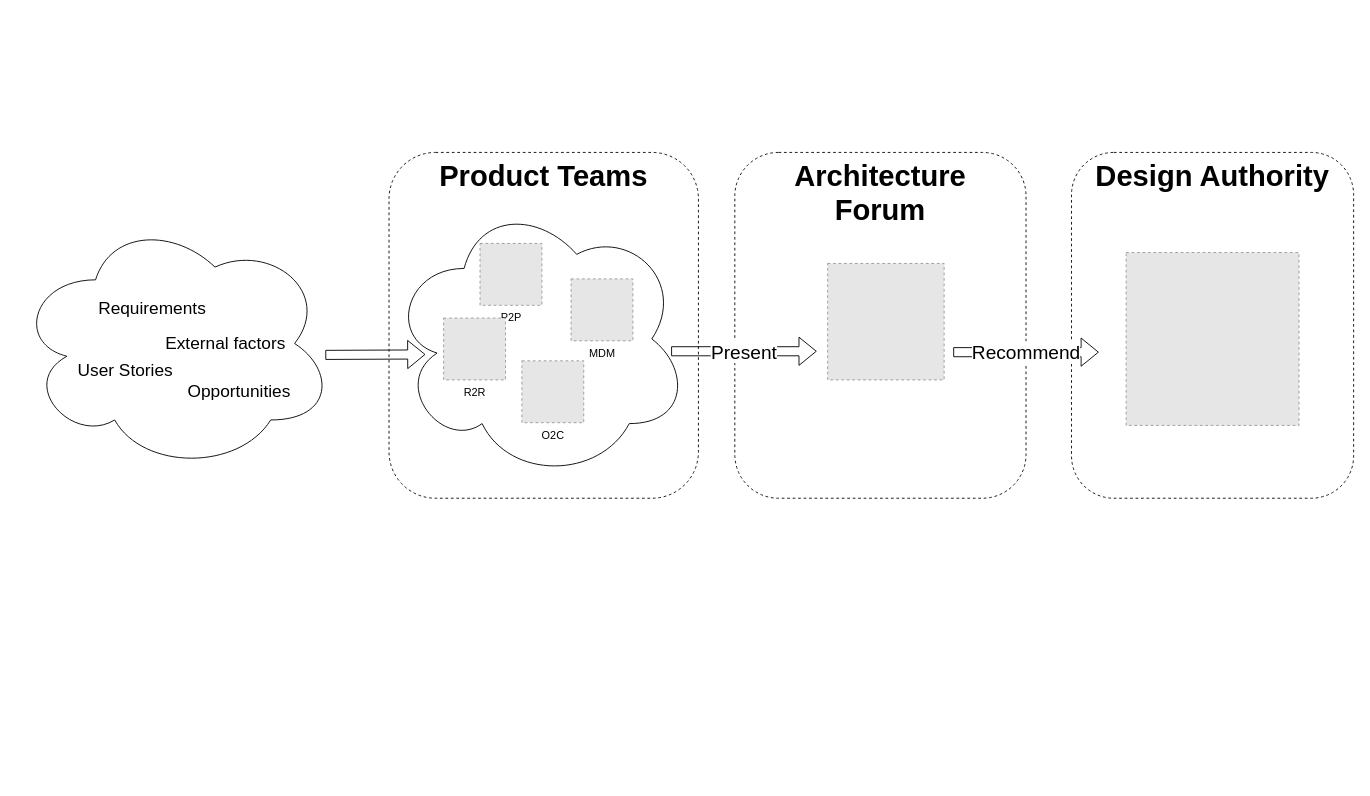
Before: page "Process" (5 of 7) of Architecture Governance.drawio in mrf742002/Diagrams, a draw.io diagram. Source tidied: cells renumbered, new cells numbered last; positions are measured from the earlier drawing's top-left corner, leaving out a move shared by most shapes. Both pictures are drawn from the tidied source at 91%, with x=0, y=0 at pixel (15, 152). Pictures stored in the file or linked from it are replaced by grey dashed boxes.
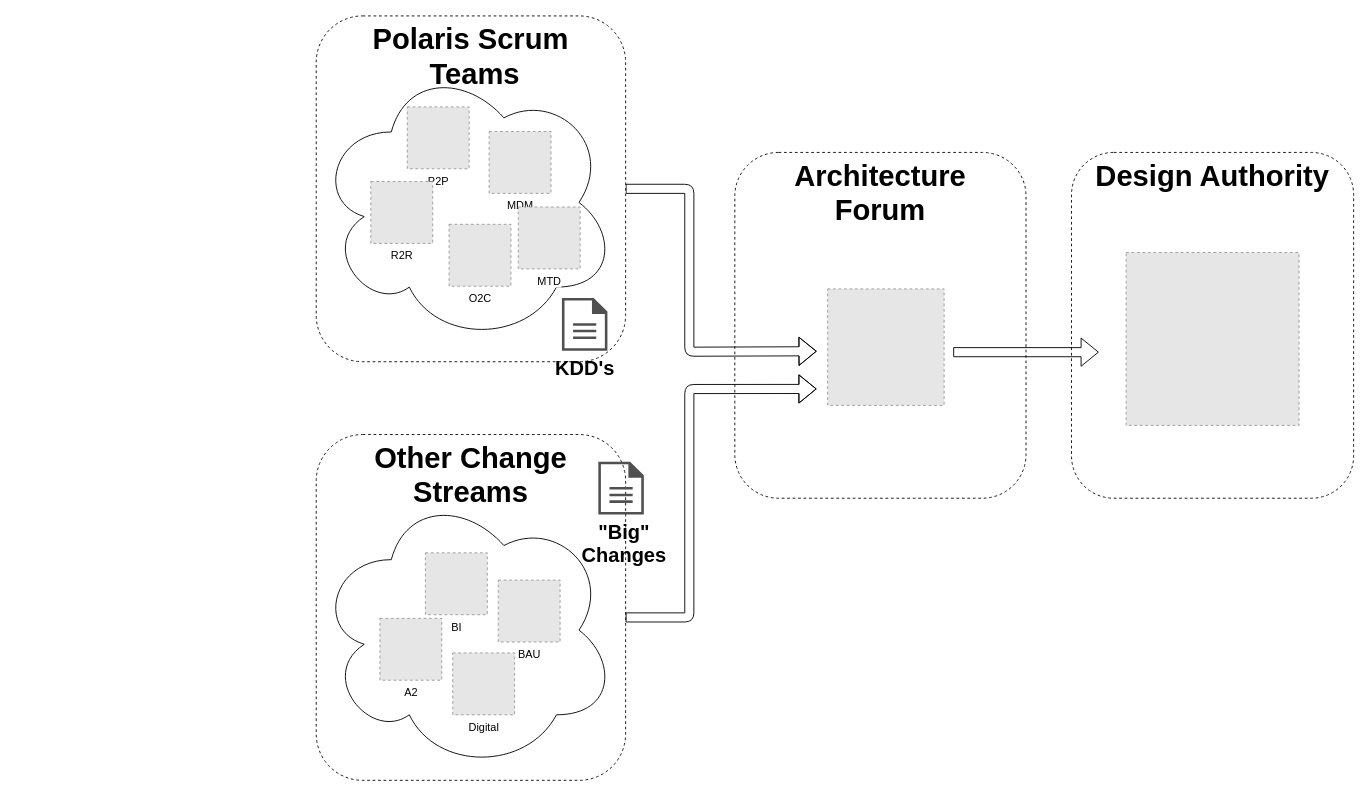
After the change.

What changed in the source:
```diff
@@
+    <mxCell id="5" value="&lt;b&gt;Architecture&lt;br&gt;Forum&lt;br&gt;&lt;/b&gt;" style="rounded=1;whiteSpace=wrap;html=1;verticalAlign=top;strokeWidth=1;strokeColor=#020912;dashed=1;fontSize=32;" parent="1" vertex="1">
+      <mxGeometry x="790" width="320" height="380" as="geometry" />
+    </mxCell>
+    <mxCell id="10" style="fillColor=#E6E6E6;strokeColor=#999999;dashed=1;html=1;verticalAlign=top;verticalLabelPosition=bottom;labelBackgroundColor=#ffffff;" parent="1" vertex="1">
+      <mxGeometry x="892" y="150" width="128" height="128" as="geometry" />
+    </mxCell>
+    <mxCell id="11" style="shape=flexArrow;endArrow=classic;html=1;fontSize=21;exitX=1;exitY=0.5;exitDx=0;exitDy=0;" parent="1" edge="1" source="3">
+      <mxGeometry relative="1" as="geometry">
+        <mxPoint x="880" y="218.5" as="targetPoint" />
+        <Array as="points">
+          <mxPoint x="740" y="40" />
+          <mxPoint x="740" y="219" />
+        </Array>
+      </mxGeometry>
+    </mxCell>
+    <mxCell id="12" style="fillColor=#E6E6E6;strokeColor=#999999;dashed=1;html=1;verticalAlign=top;verticalLabelPosition=bottom;labelBackgroundColor=#ffffff;" parent="1" vertex="1">
+      <mxGeometry x="1220" y="110" width="190" height="190" as="geometry" />
+    </mxCell>
+    <mxCell id="13" style="shape=flexArrow;endArrow=classic;html=1;fontSize=21;" parent="1" edge="1">
+      <mxGeometry relative="1" as="geometry">
+        <mxPoint x="1030" y="219.5" as="sourcePoint" />
+        <mxPoint x="1190" y="219.5" as="targetPoint" />
+      </mxGeometry>
+    </mxCell>
+    <mxCell id="20" value="&lt;b&gt;Other Change Streams&lt;br&gt;&lt;/b&gt;" style="rounded=1;whiteSpace=wrap;html=1;verticalAlign=top;strokeWidth=1;strokeColor=#020912;dashed=1;fontSize=32;" parent="1" vertex="1">
+      <mxGeometry x="330" y="310" width="340" height="380" as="geometry" />
+    </mxCell>
+    <mxCell id="21" style="group;" parent="1" vertex="1">
+      <mxGeometry x="330" y="-150" width="340" height="380" as="geometry" />
+    </mxCell>
-    <mxCell id="3" value="&lt;b&gt;Product Teams&lt;/b&gt;" style="rounded=1;whiteSpace=wrap;html=1;verticalAlign=top;strokeWidth=1;strokeColor=#020912;dashed=1;fontSize=32;" parent="1" vertex="1">
-      <mxGeometry x="410" width="340" height="380" as="geometry" />
+    <mxCell id="3" value="&lt;b&gt;Polaris Scrum&lt;br&gt;&amp;nbsp;Teams&lt;/b&gt;" style="rounded=1;whiteSpace=wrap;html=1;verticalAlign=top;strokeWidth=1;strokeColor=#020912;dashed=1;fontSize=32;" parent="21" vertex="1">
+      <mxGeometry width="340" height="380" as="geometry" />
     </mxCell>
-    <mxCell id="4" style="ellipse;shape=cloud;whiteSpace=wrap;html=1;" parent="1" vertex="1">
-      <mxGeometry y="70" width="350" height="280" as="geometry" />
-    </mxCell>
-    <mxCell id="5" value="&lt;b&gt;Architecture&lt;br&gt;Forum&lt;br&gt;&lt;/b&gt;" style="rounded=1;whiteSpace=wrap;html=1;verticalAlign=top;strokeWidth=1;strokeColor=#020912;dashed=1;fontSize=32;" parent="1" vertex="1">
-      <mxGeometry x="790" width="320" height="380" as="geometry" />
-    </mxCell>
-    <mxCell id="6" style="ellipse;shape=cloud;whiteSpace=wrap;html=1;" parent="1" vertex="1">
-      <mxGeometry x="410" y="50" width="330" height="310" as="geometry" />
+    <mxCell id="6" style="ellipse;shape=cloud;whiteSpace=wrap;html=1;" parent="21" vertex="1">
+      <mxGeometry y="50" width="330" height="310" as="geometry" />
     </mxCell>
-    <mxCell id="7" value="P2P" style="fillColor=#E6E6E6;strokeColor=#999999;dashed=1;html=1;verticalAlign=top;verticalLabelPosition=bottom;labelBackgroundColor=#ffffff;" parent="1" vertex="1">
-      <mxGeometry x="510" y="100" width="68" height="68" as="geometry" />
+    <mxCell id="7" value="P2P" style="fillColor=#E6E6E6;strokeColor=#999999;dashed=1;html=1;verticalAlign=top;verticalLabelPosition=bottom;labelBackgroundColor=#ffffff;" parent="21" vertex="1">
+      <mxGeometry x="100" y="100" width="68" height="68" as="geometry" />
     </mxCell>
-    <mxCell id="8" value="MDM" style="fillColor=#E6E6E6;strokeColor=#999999;dashed=1;html=1;verticalAlign=top;verticalLabelPosition=bottom;labelBackgroundColor=#ffffff;" parent="1" vertex="1">
-      <mxGeometry x="610" y="139" width="68" height="68" as="geometry" />
+    <mxCell id="8" value="MDM" style="fillColor=#E6E6E6;strokeColor=#999999;dashed=1;html=1;verticalAlign=top;verticalLabelPosition=bottom;labelBackgroundColor=#ffffff;" parent="21" vertex="1">
+      <mxGeometry x="190" y="127" width="68" height="68" as="geometry" />
     </mxCell>
-    <mxCell id="9" value="O2C" style="fillColor=#E6E6E6;strokeColor=#999999;dashed=1;html=1;verticalAlign=top;verticalLabelPosition=bottom;labelBackgroundColor=#ffffff;" parent="1" vertex="1">
-      <mxGeometry x="556" y="229" width="68" height="68" as="geometry" />
+    <mxCell id="9" value="O2C" style="fillColor=#E6E6E6;strokeColor=#999999;dashed=1;html=1;verticalAlign=top;verticalLabelPosition=bottom;labelBackgroundColor=#ffffff;" parent="21" vertex="1">
+      <mxGeometry x="146" y="229" width="68" height="68" as="geometry" />
     </mxCell>
-    <mxCell id="10" style="fillColor=#E6E6E6;strokeColor=#999999;dashed=1;html=1;verticalAlign=top;verticalLabelPosition=bottom;labelBackgroundColor=#ffffff;" parent="1" vertex="1">
-      <mxGeometry x="892" y="122" width="128" height="128" as="geometry" />
-    </mxCell>
-    <mxCell id="11" value="Present" style="shape=flexArrow;endArrow=classic;html=1;fontSize=21;" parent="1" edge="1">
-      <mxGeometry relative="1" as="geometry">
-        <mxPoint x="720" y="218.5" as="sourcePoint" />
-        <mxPoint x="880" y="218.5" as="targetPoint" />
-      </mxGeometry>
-    </mxCell>
-    <mxCell id="12" style="fillColor=#E6E6E6;strokeColor=#999999;dashed=1;html=1;verticalAlign=top;verticalLabelPosition=bottom;labelBackgroundColor=#ffffff;" parent="1" vertex="1">
-      <mxGeometry x="1220" y="110" width="190" height="190" as="geometry" />
-    </mxCell>
-    <mxCell id="13" value="Recommend" style="shape=flexArrow;endArrow=classic;html=1;fontSize=21;" parent="1" edge="1">
-      <mxGeometry relative="1" as="geometry">
-        <mxPoint x="1030" y="219.5" as="sourcePoint" />
-        <mxPoint x="1190" y="219.5" as="targetPoint" />
-      </mxGeometry>
-    </mxCell>
-    <mxCell id="14" value="R2R" style="fillColor=#E6E6E6;strokeColor=#999999;dashed=1;html=1;verticalAlign=top;verticalLabelPosition=bottom;labelBackgroundColor=#ffffff;" parent="1" vertex="1">
-      <mxGeometry x="470" y="182" width="68" height="68" as="geometry" />
+    <mxCell id="14" value="R2R" style="fillColor=#E6E6E6;strokeColor=#999999;dashed=1;html=1;verticalAlign=top;verticalLabelPosition=bottom;labelBackgroundColor=#ffffff;" parent="21" vertex="1">
+      <mxGeometry x="60" y="182" width="68" height="68" as="geometry" />
     </mxCell>
-    <mxCell id="15" style="shape=flexArrow;endArrow=classic;html=1;" parent="1" edge="1">
-      <mxGeometry relative="1" as="geometry">
-        <mxPoint x="340" y="222.5" as="sourcePoint" />
-        <mxPoint x="450" y="222" as="targetPoint" />
-      </mxGeometry>
-    </mxCell>
-    <mxCell id="16" value="Requirements" style="text;html=1;strokeColor=none;fillColor=none;align=center;verticalAlign=middle;whiteSpace=wrap;rounded=0;fontSize=19;" parent="1" vertex="1">
-      <mxGeometry x="130" y="162" width="40" height="20" as="geometry" />
-    </mxCell>
-    <mxCell id="17" value="Opportunities" style="text;html=1;align=center;verticalAlign=middle;fontSize=19;" parent="1" vertex="1">
-      <mxGeometry x="180" y="248" width="130" height="30" as="geometry" />
-    </mxCell>
-    <mxCell id="18" value="User Stories" style="text;html=1;align=center;verticalAlign=middle;fontSize=19;" parent="1" vertex="1">
-      <mxGeometry x="60" y="225" width="120" height="30" as="geometry" />
-    </mxCell>
-    <mxCell id="19" value="External factors" style="text;html=1;align=center;verticalAlign=middle;fontSize=19;" parent="1" vertex="1">
-      <mxGeometry x="155" y="195" width="150" height="30" as="geometry" />
-    </mxCell>
+    <mxCell id="22" value="&lt;b style=&quot;font-size: 22px&quot;&gt;KDD's&lt;/b&gt;" style="shadow=0;dashed=0;html=1;strokeColor=none;fillColor=#505050;labelPosition=center;verticalLabelPosition=bottom;verticalAlign=top;align=center;shape=mxgraph.office.concepts.document;fontSize=22;" parent="21" vertex="1">
+      <mxGeometry x="270" y="310" width="50" height="58" as="geometry" />
+    </mxCell>
+    <mxCell id="23" value="MTD" style="fillColor=#E6E6E6;strokeColor=#999999;dashed=1;html=1;verticalAlign=top;verticalLabelPosition=bottom;labelBackgroundColor=#ffffff;" parent="21" vertex="1">
+      <mxGeometry x="222" y="210" width="68" height="68" as="geometry" />
+    </mxCell>
+    <mxCell id="24" style="shape=flexArrow;endArrow=classic;html=1;fontSize=21;exitX=1;exitY=0.5;exitDx=0;exitDy=0;entryX=0.281;entryY=0.684;entryDx=0;entryDy=0;entryPerimeter=0;" parent="1" edge="1" target="5">
+      <mxGeometry relative="1" as="geometry">
+        <mxPoint x="670" y="511" as="sourcePoint" />
+        <Array as="points">
+          <mxPoint x="740" y="511" />
+          <mxPoint x="740" y="260" />
+        </Array>
+      </mxGeometry>
+    </mxCell>
+    <mxCell id="25" value="&lt;b style=&quot;font-size: 22px&quot;&gt;&amp;nbsp;&quot;Big&quot;&lt;br&gt;&amp;nbsp;Changes&lt;/b&gt;" style="shadow=0;dashed=0;html=1;strokeColor=none;fillColor=#505050;labelPosition=center;verticalLabelPosition=bottom;verticalAlign=top;align=center;shape=mxgraph.office.concepts.document;fontSize=22;" parent="1" vertex="1">
+      <mxGeometry x="640" y="340" width="50" height="58" as="geometry" />
+    </mxCell>
+    <mxCell id="26" style="ellipse;shape=cloud;whiteSpace=wrap;html=1;" parent="1" vertex="1">
+      <mxGeometry x="330" y="370" width="330" height="310" as="geometry" />
+    </mxCell>
+    <mxCell id="27" value="BI" style="fillColor=#E6E6E6;strokeColor=#999999;dashed=1;html=1;verticalAlign=top;verticalLabelPosition=bottom;labelBackgroundColor=#ffffff;" parent="1" vertex="1">
+      <mxGeometry x="450" y="440" width="68" height="68" as="geometry" />
+    </mxCell>
+    <mxCell id="28" value="BAU" style="fillColor=#E6E6E6;strokeColor=#999999;dashed=1;html=1;verticalAlign=top;verticalLabelPosition=bottom;labelBackgroundColor=#ffffff;" parent="1" vertex="1">
+      <mxGeometry x="530" y="470" width="68" height="68" as="geometry" />
+    </mxCell>
+    <mxCell id="29" value="A2" style="fillColor=#E6E6E6;strokeColor=#999999;dashed=1;html=1;verticalAlign=top;verticalLabelPosition=bottom;labelBackgroundColor=#ffffff;" parent="1" vertex="1">
+      <mxGeometry x="400" y="512" width="68" height="68" as="geometry" />
+    </mxCell>
+    <mxCell id="30" value="Digital" style="fillColor=#E6E6E6;strokeColor=#999999;dashed=1;html=1;verticalAlign=top;verticalLabelPosition=bottom;labelBackgroundColor=#ffffff;" parent="1" vertex="1">
+      <mxGeometry x="480" y="550" width="68" height="68" as="geometry" />
+    </mxCell>
```
